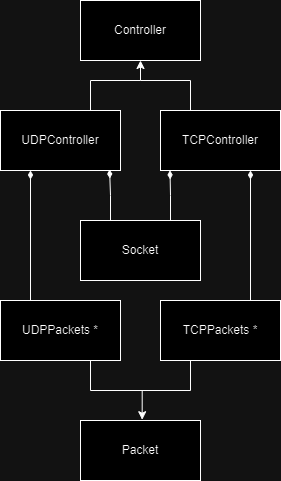
Earlier version of the draw.io export class_diagram.png (megy123/VUT-IPK). Source tidied: cells renumbered, new cells last; positions are measured from the earlier drawing's top-left corner, leaving out a move shared by most shapes. The source it was exported from:
```xml
<mxGraphModel>
  <root>
    <mxCell id="0" />
    <mxCell id="1" parent="0" />
    <mxCell id="2" value="Controller" style="rounded=0;whiteSpace=wrap;html=1;" parent="1" vertex="1">
      <mxGeometry x="80" width="120" height="60" as="geometry" />
    </mxCell>
    <mxCell id="3" style="edgeStyle=orthogonalEdgeStyle;rounded=0;jettySize=auto;html=1;exitX=0.75;exitY=0;exitDx=0;exitDy=0;entryX=0.5;entryY=1;entryDx=0;entryDy=0;" parent="1" edge="1" source="4" target="2">
      <mxGeometry relative="1" as="geometry">
        <Array as="points">
          <mxPoint x="90" y="80" />
          <mxPoint x="140" y="80" />
        </Array>
      </mxGeometry>
    </mxCell>
    <mxCell id="4" value="UDPController" style="rounded=0;whiteSpace=wrap;html=1;" parent="1" vertex="1">
      <mxGeometry y="110" width="120" height="60" as="geometry" />
    </mxCell>
    <mxCell id="5" value="TCPController" style="rounded=0;whiteSpace=wrap;html=1;" parent="1" vertex="1">
      <mxGeometry x="160" y="110" width="120" height="60" as="geometry" />
    </mxCell>
    <mxCell id="6" style="edgeStyle=orthogonalEdgeStyle;rounded=0;jettySize=auto;html=1;exitX=0.25;exitY=0;exitDx=0;exitDy=0;entryX=0.25;entryY=1;entryDx=0;entryDy=0;endArrow=diamondThin;endFill=1;" parent="1" edge="1" source="7" target="4">
      <mxGeometry relative="1" as="geometry" />
    </mxCell>
    <mxCell id="7" value="UDPPackets *" style="rounded=0;whiteSpace=wrap;html=1;" parent="1" vertex="1">
      <mxGeometry y="300" width="120" height="60" as="geometry" />
    </mxCell>
    <mxCell id="8" style="edgeStyle=orthogonalEdgeStyle;rounded=0;jettySize=auto;html=1;exitX=0.75;exitY=0;exitDx=0;exitDy=0;entryX=0.75;entryY=1;entryDx=0;entryDy=0;endArrow=diamondThin;endFill=1;" parent="1" edge="1" source="9" target="5">
      <mxGeometry relative="1" as="geometry" />
    </mxCell>
    <mxCell id="9" value="TCPPackets *" style="rounded=0;whiteSpace=wrap;html=1;" parent="1" vertex="1">
      <mxGeometry x="160" y="300" width="120" height="60" as="geometry" />
    </mxCell>
    <mxCell id="10" value="Packet" style="rounded=0;whiteSpace=wrap;html=1;" parent="1" vertex="1">
      <mxGeometry x="80" y="420" width="120" height="60" as="geometry" />
    </mxCell>
    <mxCell id="11" value="Socket" style="rounded=0;whiteSpace=wrap;html=1;" parent="1" vertex="1">
      <mxGeometry x="80" y="220" width="120" height="60" as="geometry" />
    </mxCell>
    <mxCell id="12" style="endArrow=none;html=1;rounded=0;exitX=0.25;exitY=0;exitDx=0;exitDy=0;" parent="1" edge="1" source="5">
      <mxGeometry relative="1" as="geometry">
        <mxPoint x="140" y="80" as="targetPoint" />
        <Array as="points">
          <mxPoint x="190" y="80" />
        </Array>
      </mxGeometry>
    </mxCell>
    <mxCell id="13" style="edgeStyle=orthogonalEdgeStyle;rounded=0;jettySize=auto;html=1;exitX=0.75;exitY=1;exitDx=0;exitDy=0;entryX=0.514;entryY=-0.013;entryDx=0;entryDy=0;entryPerimeter=0;" parent="1" edge="1" source="7" target="10">
      <mxGeometry relative="1" as="geometry" />
    </mxCell>
    <mxCell id="14" style="endArrow=none;html=1;rounded=0;entryX=0.25;entryY=1;entryDx=0;entryDy=0;" parent="1" edge="1" target="9">
      <mxGeometry relative="1" as="geometry">
        <mxPoint x="140" y="390" as="sourcePoint" />
        <Array as="points">
          <mxPoint x="190" y="390" />
        </Array>
      </mxGeometry>
    </mxCell>
    <mxCell id="15" style="edgeStyle=orthogonalEdgeStyle;rounded=0;jettySize=auto;html=1;exitX=0.25;exitY=0;exitDx=0;exitDy=0;entryX=0.909;entryY=0.983;entryDx=0;entryDy=0;entryPerimeter=0;endArrow=diamondThin;endFill=1;" parent="1" edge="1" source="11" target="4">
      <mxGeometry relative="1" as="geometry" />
    </mxCell>
    <mxCell id="16" style="edgeStyle=orthogonalEdgeStyle;rounded=0;jettySize=auto;html=1;exitX=0.75;exitY=0;exitDx=0;exitDy=0;entryX=0.079;entryY=0.998;entryDx=0;entryDy=0;entryPerimeter=0;endArrow=diamondThin;endFill=1;" parent="1" edge="1" source="11" target="5">
      <mxGeometry relative="1" as="geometry" />
    </mxCell>
  </root>
</mxGraphModel>
```
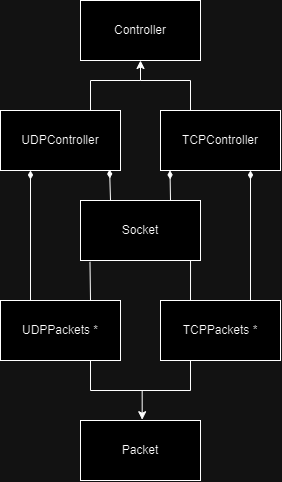
After the commit.

The edit, as a diff of the source:
```diff
@@ -35,7 +35,7 @@
       <mxGeometry x="80" y="420" width="120" height="60" as="geometry" />
     </mxCell>
     <mxCell id="11" value="Socket" style="rounded=0;whiteSpace=wrap;html=1;" parent="1" vertex="1">
-      <mxGeometry x="80" y="220" width="120" height="60" as="geometry" />
+      <mxGeometry x="80" y="200" width="120" height="60" as="geometry" />
     </mxCell>
     <mxCell id="12" style="endArrow=none;html=1;rounded=0;exitX=0.25;exitY=0;exitDx=0;exitDy=0;" parent="1" edge="1" source="5">
       <mxGeometry relative="1" as="geometry">
@@ -62,5 +62,11 @@
     <mxCell id="16" style="edgeStyle=orthogonalEdgeStyle;rounded=0;jettySize=auto;html=1;exitX=0.75;exitY=0;exitDx=0;exitDy=0;entryX=0.079;entryY=0.998;entryDx=0;entryDy=0;entryPerimeter=0;endArrow=diamondThin;endFill=1;" parent="1" edge="1" source="11" target="5">
       <mxGeometry relative="1" as="geometry" />
     </mxCell>
+    <mxCell id="17" style="edgeStyle=orthogonalEdgeStyle;rounded=0;jettySize=auto;html=1;exitX=0.75;exitY=0;exitDx=0;exitDy=0;entryX=0.079;entryY=1.022;entryDx=0;entryDy=0;entryPerimeter=0;endArrow=none;endFill=0;" parent="1" edge="1" source="7" target="11">
+      <mxGeometry relative="1" as="geometry" />
+    </mxCell>
+    <mxCell id="18" style="edgeStyle=orthogonalEdgeStyle;rounded=0;jettySize=auto;html=1;exitX=0.25;exitY=0;exitDx=0;exitDy=0;entryX=0.917;entryY=1.007;entryDx=0;entryDy=0;entryPerimeter=0;endArrow=none;endFill=0;" parent="1" edge="1" source="9" target="11">
+      <mxGeometry relative="1" as="geometry" />
+    </mxCell>
   </root>
 </mxGraphModel>
```
